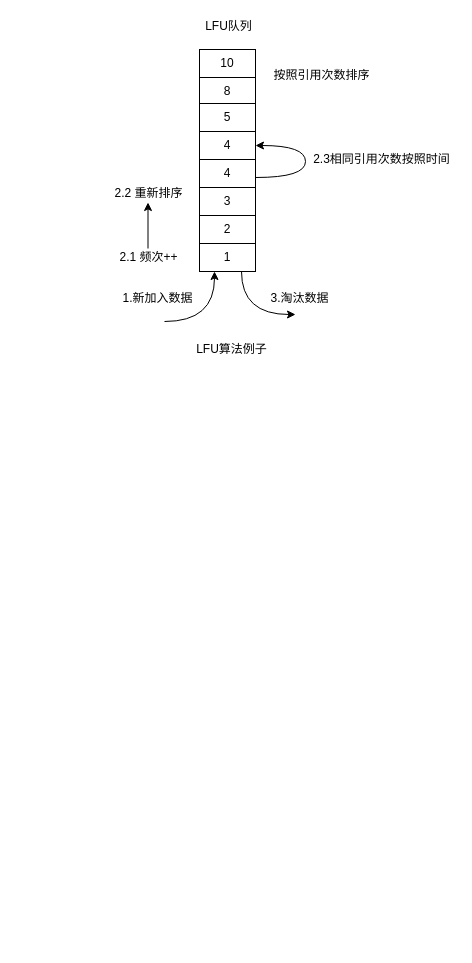
Before: Untitled Diagram.drawio in DaybydayToAspiration/Flutter_Study, a draw.io diagram. Source tidied: cells renumbered, new cells numbered last; positions are measured from the earlier drawing's top-left corner, leaving out a move shared by most shapes. Both pictures are drawn from the tidied source at 100%, with x=0, y=0 at pixel (109, 17).
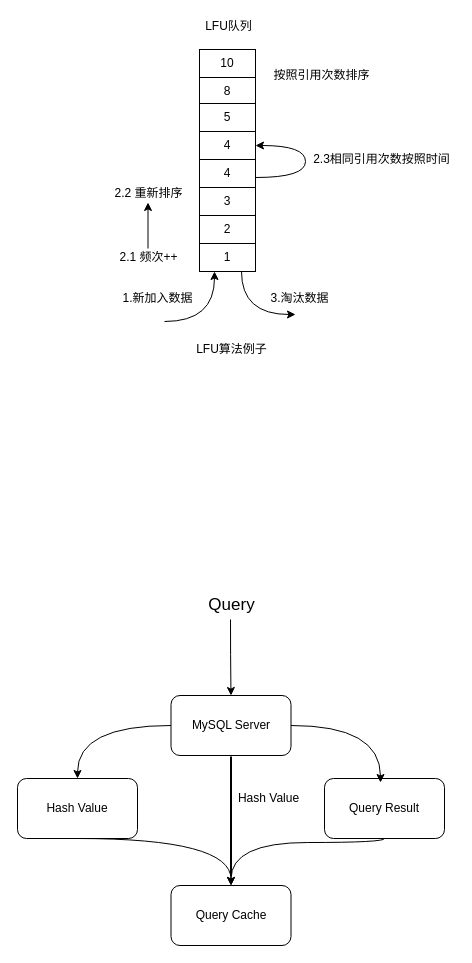
The same page after the edit.

Change to the diagram source:
```diff
@@
+    <mxCell id="22" value="MySQL Server" style="rounded=1;whiteSpace=wrap;html=1;" parent="1" vertex="1">
+      <mxGeometry x="61.5" y="678" width="120" height="60" as="geometry" />
+    </mxCell>
+    <mxCell id="23" value="&lt;font style=&quot;font-size: 17px&quot;&gt;Query&lt;/font&gt;" style="text;html=1;align=center;verticalAlign=middle;points=[];strokeColor=none;" parent="1" vertex="1">
+      <mxGeometry x="93.5" y="578" width="56" height="19" as="geometry" />
+    </mxCell>
+    <mxCell id="24" value="Hash Value" style="rounded=1;whiteSpace=wrap;html=1;" parent="1" vertex="1">
+      <mxGeometry x="-92" y="761" width="120" height="60" as="geometry" />
+    </mxCell>
+    <mxCell id="25" style="curved=1;endArrow=classic;html=1;rounded=0;edgeStyle=orthogonalEdgeStyle;exitX=0.491;exitY=1.263;exitDx=0;exitDy=0;exitPerimeter=0;entryX=0.5;entryY=0;entryDx=0;entryDy=0;" parent="1" edge="1" source="23" target="22">
+      <mxGeometry relative="1" as="geometry" />
+    </mxCell>
+    <mxCell id="26" style="curved=1;endArrow=classic;html=1;rounded=0;edgeStyle=orthogonalEdgeStyle;exitX=0;exitY=0.5;exitDx=0;exitDy=0;" parent="1" edge="1" source="22">
+      <mxGeometry relative="1" as="geometry">
+        <mxPoint x="-32" y="761" as="targetPoint" />
+        <Array as="points">
+          <mxPoint x="-32" y="708" />
+        </Array>
+      </mxGeometry>
+    </mxCell>
+    <mxCell id="27" value="Query Result" style="rounded=1;whiteSpace=wrap;html=1;" parent="1" vertex="1">
+      <mxGeometry x="215" y="761" width="120" height="60" as="geometry" />
+    </mxCell>
+    <mxCell id="28" value="Query Cache" style="rounded=1;whiteSpace=wrap;html=1;" parent="1" vertex="1">
+      <mxGeometry x="61.5" y="868" width="120" height="60" as="geometry" />
+    </mxCell>
+    <mxCell id="29" style="curved=1;endArrow=classic;html=1;rounded=0;edgeStyle=orthogonalEdgeStyle;exitX=1;exitY=0.5;exitDx=0;exitDy=0;" parent="1" edge="1" source="22">
+      <mxGeometry relative="1" as="geometry">
+        <mxPoint x="271" y="765" as="targetPoint" />
+        <Array as="points">
+          <mxPoint x="271" y="708" />
+        </Array>
+      </mxGeometry>
+    </mxCell>
+    <mxCell id="30" style="curved=1;endArrow=classic;html=1;rounded=0;edgeStyle=orthogonalEdgeStyle;exitX=0.5;exitY=1;exitDx=0;exitDy=0;entryX=0.5;entryY=0;entryDx=0;entryDy=0;" parent="1" edge="1" source="24" target="28">
+      <mxGeometry relative="1" as="geometry">
+        <Array as="points">
+          <mxPoint x="122" y="821" />
+        </Array>
+      </mxGeometry>
+    </mxCell>
+    <mxCell id="31" style="curved=1;endArrow=classic;html=1;rounded=0;edgeStyle=orthogonalEdgeStyle;exitX=0.5;exitY=1;exitDx=0;exitDy=0;entryX=0.5;entryY=0;entryDx=0;entryDy=0;" parent="1" edge="1" source="27" target="28">
+      <mxGeometry relative="1" as="geometry">
+        <Array as="points">
+          <mxPoint x="275" y="825" />
+          <mxPoint x="122" y="825" />
+        </Array>
+      </mxGeometry>
+    </mxCell>
+    <mxCell id="32" style="line;strokeWidth=2;direction=south;html=1;" parent="1" vertex="1">
+      <mxGeometry x="116.5" y="739" width="10" height="119" as="geometry" />
+    </mxCell>
+    <mxCell id="33" value="Hash Value" style="text;html=1;align=center;verticalAlign=middle;strokeColor=none;" parent="1" vertex="1">
+      <mxGeometry x="123" y="772" width="71" height="18" as="geometry" />
+    </mxCell>
```
